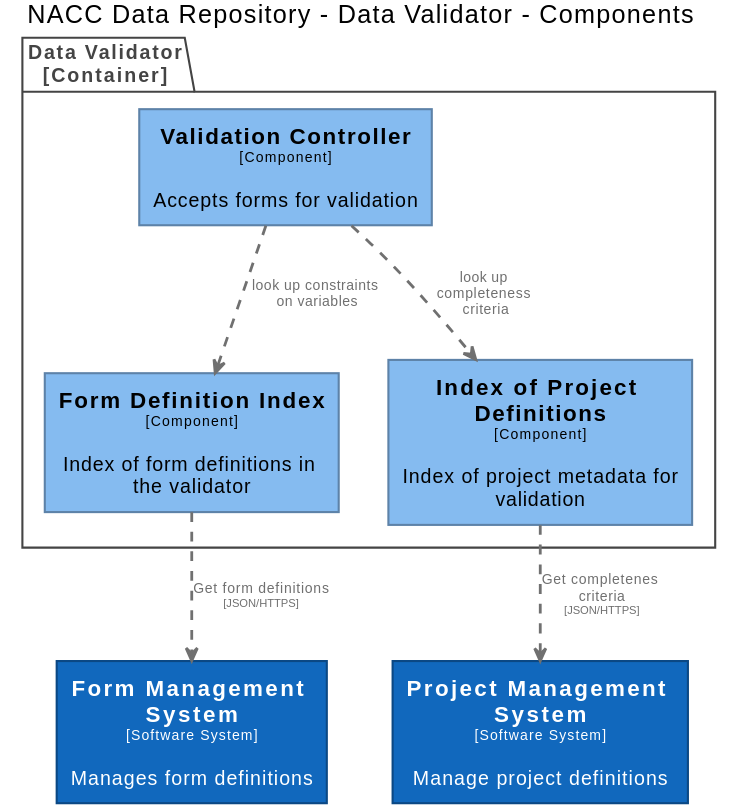
This is docs/images/structurizr-ValidatorComponent.svg from naccdata/system-design, a PlantUML export, as it was before one commit. Its diagram source:
```plantuml
@startuml
title NACC Data Repository - Data Validator - Components

top to bottom direction

skinparam {
  shadowing false
  arrowFontSize 10
  defaultTextAlignment center
  wrapWidth 200
  maxMessageSize 100
}

hide stereotype

skinparam rectangle<<NACCDataRepository.DataValidator.FormDefinitionIndex>> {
  BackgroundColor #85bbf0
  FontColor #000000
  BorderColor #5d82a8
}
skinparam rectangle<<FormManagementSystem>> {
  BackgroundColor #1168bd
  FontColor #ffffff
  BorderColor #0b4884
}
skinparam rectangle<<NACCDataRepository.DataValidator.IndexofProjectDefinitions>> {
  BackgroundColor #85bbf0
  FontColor #000000
  BorderColor #5d82a8
}
skinparam rectangle<<ProjectManagementSystem>> {
  BackgroundColor #1168bd
  FontColor #ffffff
  BorderColor #0b4884
}
skinparam rectangle<<NACCDataRepository.DataValidator.ValidationController>> {
  BackgroundColor #85bbf0
  FontColor #000000
  BorderColor #5d82a8
}

rectangle "==Form Management System\n<size:10>[Software System]</size>\n\nManages form definitions" <<FormManagementSystem>> as FormManagementSystem
rectangle "==Project Management System\n<size:10>[Software System]</size>\n\nManage project definitions" <<ProjectManagementSystem>> as ProjectManagementSystem

package "Data Validator\n[Container]" <<NACCDataRepository.DataValidator>> {
  skinparam PackageBorderColor<<NACCDataRepository.DataValidator>> #444444
  skinparam PackageFontColor<<NACCDataRepository.DataValidator>> #444444

  rectangle "==Form Definition Index\n<size:10>[Component]</size>\n\nIndex of form definitions in the validator" <<NACCDataRepository.DataValidator.FormDefinitionIndex>> as NACCDataRepository.DataValidator.FormDefinitionIndex
  rectangle "==Index of Project Definitions\n<size:10>[Component]</size>\n\nIndex of project metadata for validation" <<NACCDataRepository.DataValidator.IndexofProjectDefinitions>> as NACCDataRepository.DataValidator.IndexofProjectDefinitions
  rectangle "==Validation Controller\n<size:10>[Component]</size>\n\nAccepts forms for validation" <<NACCDataRepository.DataValidator.ValidationController>> as NACCDataRepository.DataValidator.ValidationController
}

NACCDataRepository.DataValidator.FormDefinitionIndex .[#707070,thickness=2].> FormManagementSystem : "<color:#707070>Get form definitions\n<color:#707070><size:8>[JSON/HTTPS]</size>"
NACCDataRepository.DataValidator.IndexofProjectDefinitions .[#707070,thickness=2].> ProjectManagementSystem : "<color:#707070>Get completenes criteria\n<color:#707070><size:8>[JSON/HTTPS]</size>"
NACCDataRepository.DataValidator.ValidationController .[#707070,thickness=2].> NACCDataRepository.DataValidator.FormDefinitionIndex : "<color:#707070>look up constraints on variables"
NACCDataRepository.DataValidator.ValidationController .[#707070,thickness=2].> NACCDataRepository.DataValidator.IndexofProjectDefinitions : "<color:#707070>look up completeness criteria"
@enduml
```
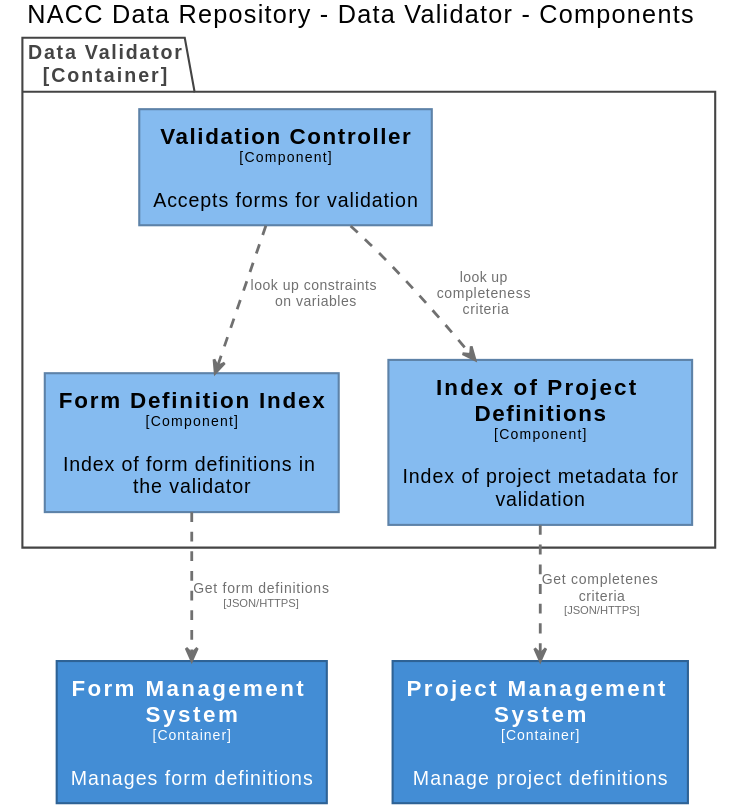
The same file after the commit.

What changed in the source:
```diff
@@ -18,20 +18,20 @@
   FontColor #000000
   BorderColor #5d82a8
 }
-skinparam rectangle<<FormManagementSystem>> {
-  BackgroundColor #1168bd
+skinparam rectangle<<NACCDataRepository.FormManagementSystem>> {
+  BackgroundColor #438dd5
   FontColor #ffffff
-  BorderColor #0b4884
+  BorderColor #2e6295
 }
 skinparam rectangle<<NACCDataRepository.DataValidator.IndexofProjectDefinitions>> {
   BackgroundColor #85bbf0
   FontColor #000000
   BorderColor #5d82a8
 }
-skinparam rectangle<<ProjectManagementSystem>> {
-  BackgroundColor #1168bd
+skinparam rectangle<<NACCDataRepository.ProjectManagementSystem>> {
+  BackgroundColor #438dd5
   FontColor #ffffff
-  BorderColor #0b4884
+  BorderColor #2e6295
 }
 skinparam rectangle<<NACCDataRepository.DataValidator.ValidationController>> {
   BackgroundColor #85bbf0
@@ -39,8 +39,8 @@
   BorderColor #5d82a8
 }
 
-rectangle "==Form Management System\n<size:10>[Software System]</size>\n\nManages form definitions" <<FormManagementSystem>> as FormManagementSystem
-rectangle "==Project Management System\n<size:10>[Software System]</size>\n\nManage project definitions" <<ProjectManagementSystem>> as ProjectManagementSystem
+rectangle "==Project Management System\n<size:10>[Container]</size>\n\nManage project definitions" <<NACCDataRepository.ProjectManagementSystem>> as NACCDataRepository.ProjectManagementSystem
+rectangle "==Form Management System\n<size:10>[Container]</size>\n\nManages form definitions" <<NACCDataRepository.FormManagementSystem>> as NACCDataRepository.FormManagementSystem
 
 package "Data Validator\n[Container]" <<NACCDataRepository.DataValidator>> {
   skinparam PackageBorderColor<<NACCDataRepository.DataValidator>> #444444
@@ -51,8 +51,8 @@
   rectangle "==Validation Controller\n<size:10>[Component]</size>\n\nAccepts forms for validation" <<NACCDataRepository.DataValidator.ValidationController>> as NACCDataRepository.DataValidator.ValidationController
 }
 
-NACCDataRepository.DataValidator.FormDefinitionIndex .[#707070,thickness=2].> FormManagementSystem : "<color:#707070>Get form definitions\n<color:#707070><size:8>[JSON/HTTPS]</size>"
-NACCDataRepository.DataValidator.IndexofProjectDefinitions .[#707070,thickness=2].> ProjectManagementSystem : "<color:#707070>Get completenes criteria\n<color:#707070><size:8>[JSON/HTTPS]</size>"
+NACCDataRepository.DataValidator.FormDefinitionIndex .[#707070,thickness=2].> NACCDataRepository.FormManagementSystem : "<color:#707070>Get form definitions\n<color:#707070><size:8>[JSON/HTTPS]</size>"
+NACCDataRepository.DataValidator.IndexofProjectDefinitions .[#707070,thickness=2].> NACCDataRepository.ProjectManagementSystem : "<color:#707070>Get completenes criteria\n<color:#707070><size:8>[JSON/HTTPS]</size>"
 NACCDataRepository.DataValidator.ValidationController .[#707070,thickness=2].> NACCDataRepository.DataValidator.FormDefinitionIndex : "<color:#707070>look up constraints on variables"
 NACCDataRepository.DataValidator.ValidationController .[#707070,thickness=2].> NACCDataRepository.DataValidator.IndexofProjectDefinitions : "<color:#707070>look up completeness criteria"
 @enduml
```
